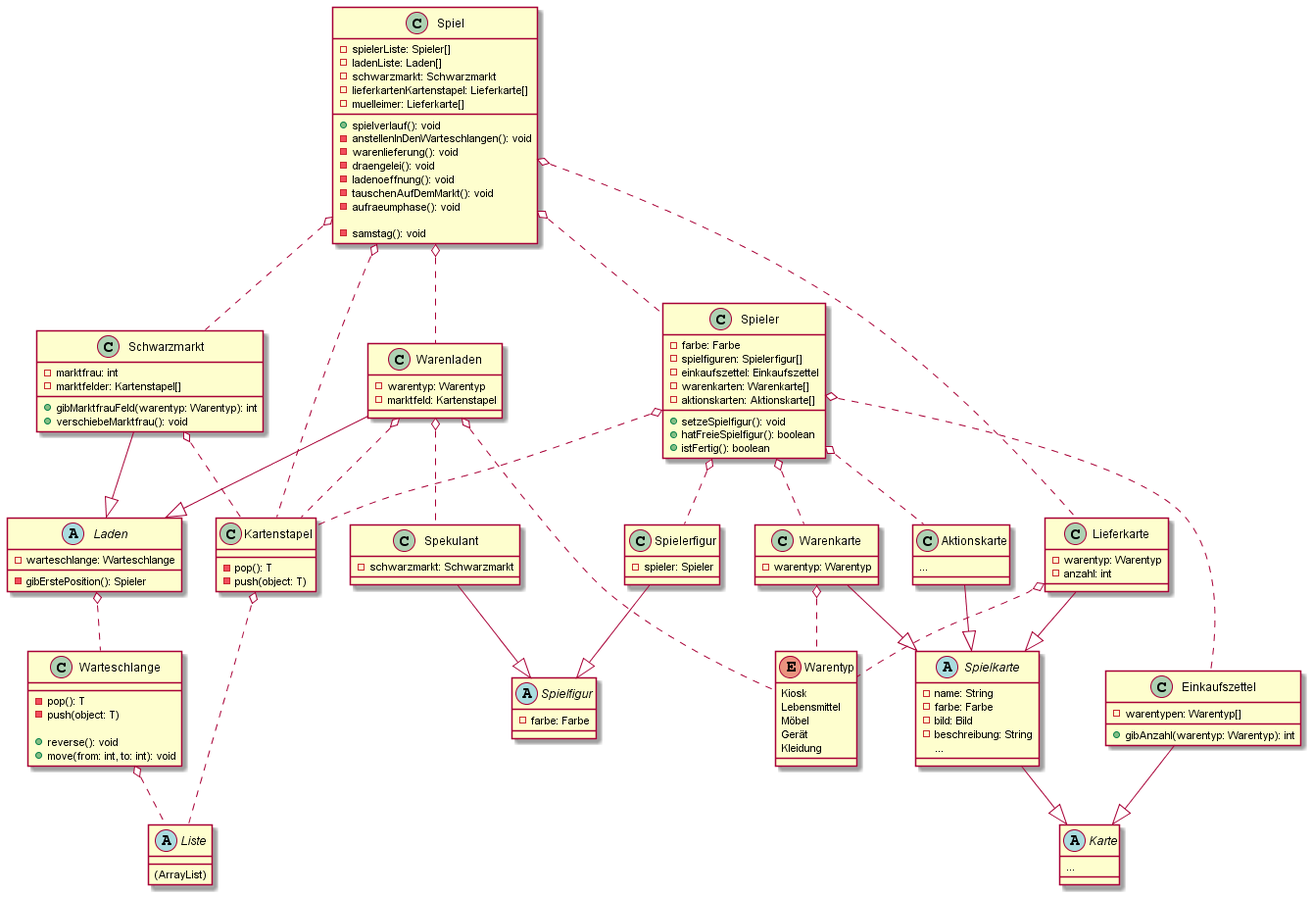
Above: docs/diagrams/out/architecture_overview/architecture_overview.png in Robintobin/Kolejka (PlantUML), before the change.
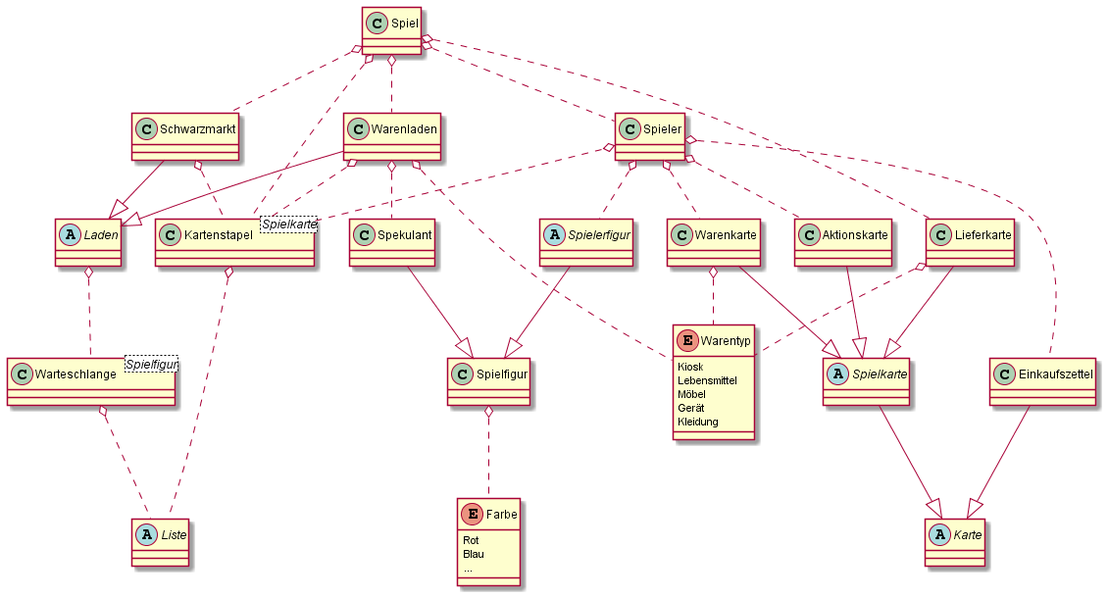
After the change.

Commit message:
Modify UML-Diagrams

What changed in the source:
```diff
@@ -3,124 +3,35 @@
 class Spiel
 class Spieler
 class Spekulant
-class Spielerfigur
+abstract class Spielerfigur
 class Spielfigur
-class Liste
-class Kartenstapel
-class Warteschlange
-class Karte
+abstract class Liste
+class Kartenstapel<Spielkarte>
+class Warteschlange<Spielfigur>
+abstract class Karte
+abstract class Spielkarte
 class Einkaufszettel
 class Warenkarte
 class Lieferkarte
 class Aktionskarte
-class Laden
+abstract class Laden
 class Warenladen
 class Schwarzmarkt
+
 enum Warentyp
+enum Farbe
 
-class Spiel {
-    -spielerListe: Spieler[]
-    -ladenListe: Laden[]
-    -schwarzmarkt: Schwarzmarkt
-    -lieferkartenKartenstapel: Lieferkarte[]
-    -muelleimer: Lieferkarte[]
-
-    +spielverlauf(): void
-    -anstellenInDenWarteschlangen(): void
-    -warenlieferung(): void
-    -draengelei(): void
-    -ladenoeffnung(): void
-    -tauschenAufDemMarkt(): void
-    -aufraeumphase(): void
-
-    -samstag(): void
-}
-
-class Spieler {
-    -farbe: Farbe
-    -spielfiguren: Spielerfigur[]
-    -einkaufszettel: Einkaufszettel
-    -warenkarten: Warenkarte[]
-    -aktionskarten: Aktionskarte[]
-
-    +setzeSpielfigur(): void
-    +hatFreieSpielfigur(): boolean
-    +istFertig(): boolean
-}
-
-class Spekulant {
-    -schwarzmarkt: Schwarzmarkt
-}
-class Spielerfigur {
-    -spieler: Spieler
-}
-abstract class Spielfigur {
-    -farbe: Farbe
-}
-abstract class Liste {
-    (ArrayList)
-}
-class Kartenstapel {
-    -pop(): T
-    -push(object: T)
-}
-class Warteschlange {
-    -pop(): T
-    -push(object: T)
-
-    +reverse(): void
-    +move(from: int, to: int): void
-}
-abstract class Karte {
-    ...
-}
-
-abstract class Spielkarte {
-    -name: String
-    -farbe: Farbe
-    -bild: Bild
-    -beschreibung: String
-    ...
-}
-
-class Einkaufszettel {
-    -warentypen: Warentyp[]
-
-    +gibAnzahl(warentyp: Warentyp): int
-}
-class Warenkarte {
-    -warentyp: Warentyp
-}
-class Lieferkarte {
-    -warentyp: Warentyp
-    -anzahl: int
-}
-class Aktionskarte {
-    ...
-}
-abstract class Laden {
-    -warteschlange: Warteschlange
-    -gibErstePosition(): Spieler
-
-}
-class Warenladen {
-    -warentyp: Warentyp
-    -marktfeld: Kartenstapel
-
-}
-class Schwarzmarkt {
-    -marktfrau: int
-    -marktfelder: Kartenstapel[]
-
-    +gibMarktfrauFeld(warentyp: Warentyp): int
-    +verschiebeMarktfrau(): void
-}
 enum Warentyp {
     Kiosk
     Lebensmittel
     Möbel
     Gerät
     Kleidung
+}
+enum Farbe {
+    Rot
+    Blau
+    ...
 }
 
 Spiel o.. Spieler
@@ -157,6 +68,8 @@
 
 Laden o.. Warteschlange
 
+Spielfigur o.. Farbe
+
 Spiel o.. Kartenstapel
 Spieler o.. Kartenstapel
 Warenladen o.. Kartenstapel
```
